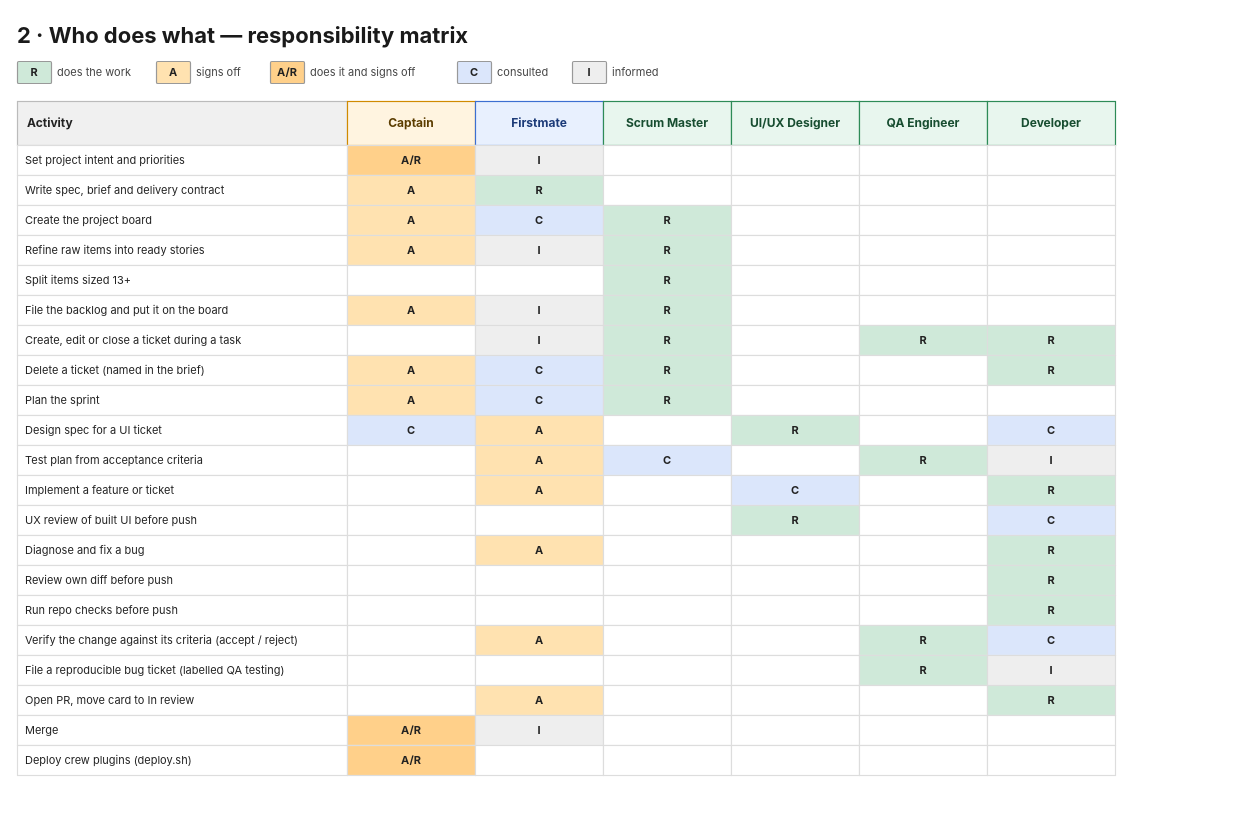
shulginilya/ai_agency_plugins keeps this draw.io diagram as page "2 · Responsibility matrix" (2 of 3) of docs/firstmate/team.drawio. Above is the earlier version. Source tidied: cells renumbered, new cells numbered last; positions are measured from the earlier drawing's top-left corner, leaving out a move shared by most shapes. Both pictures are drawn from the tidied source at 100%, with x=0, y=0 at pixel (17, 17).
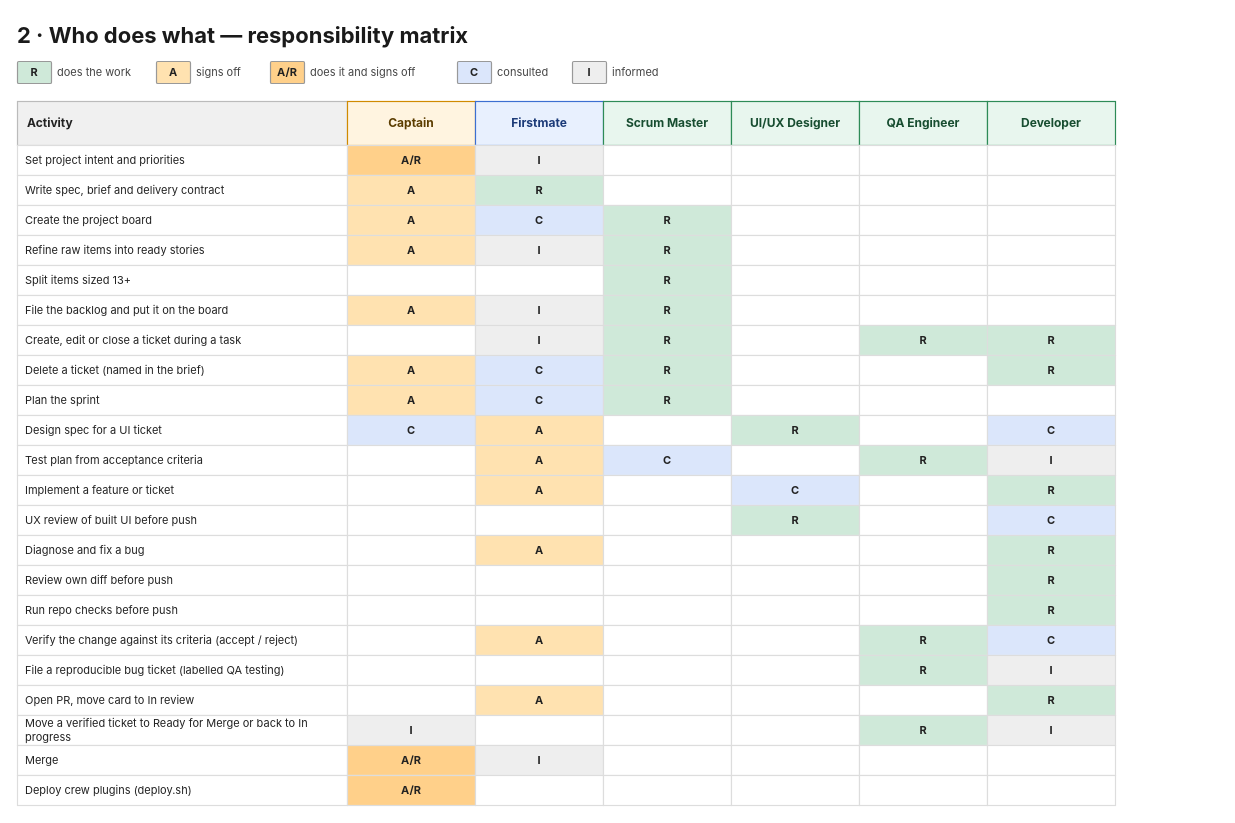
Above is the later version.

Change to the diagram source:
```diff
@@
-    <mxCell id="153" value="&lt;div style=&quot;font-size:11px;&quot;&gt;Merge&lt;/div&gt;" style="rounded=0;arcSize=6;whiteSpace=wrap;html=1;fillColor=#ffffff;strokeColor=#dddddd;fontColor=#222222;strokeWidth=1.2;align=left;verticalAlign=middle;spacing=8;fontFamily=Inter;" parent="1" vertex="1">
+    <mxCell id="153" value="&lt;div style=&quot;font-size:11px;&quot;&gt;Move a verified ticket to Ready for Merge or back to In progress&lt;/div&gt;" style="rounded=0;arcSize=6;whiteSpace=wrap;html=1;fillColor=#ffffff;strokeColor=#dddddd;fontColor=#222222;strokeWidth=1.2;align=left;verticalAlign=middle;spacing=8;fontFamily=Inter;" parent="1" vertex="1">
       <mxGeometry y="698" width="330" height="30" as="geometry" />
     </mxCell>
-    <mxCell id="154" value="&lt;div style=&quot;font-size:11px;&quot;&gt;&lt;b&gt;A/R&lt;/b&gt;&lt;/div&gt;" style="rounded=0;arcSize=6;whiteSpace=wrap;html=1;fillColor=#ffd08a;strokeColor=#dddddd;fontColor=#222222;strokeWidth=1.2;align=center;verticalAlign=middle;spacing=2;fontFamily=Inter;" parent="1" vertex="1">
+    <mxCell id="154" value="&lt;div style=&quot;font-size:11px;&quot;&gt;&lt;b&gt;I&lt;/b&gt;&lt;/div&gt;" style="rounded=0;arcSize=6;whiteSpace=wrap;html=1;fillColor=#eeeeee;strokeColor=#dddddd;fontColor=#222222;strokeWidth=1.2;align=center;verticalAlign=middle;spacing=2;fontFamily=Inter;" parent="1" vertex="1">
       <mxGeometry x="330" y="698" width="128" height="30" as="geometry" />
     </mxCell>
-    <mxCell id="155" value="&lt;div style=&quot;font-size:11px;&quot;&gt;&lt;b&gt;I&lt;/b&gt;&lt;/div&gt;" style="rounded=0;arcSize=6;whiteSpace=wrap;html=1;fillColor=#eeeeee;strokeColor=#dddddd;fontColor=#222222;strokeWidth=1.2;align=center;verticalAlign=middle;spacing=2;fontFamily=Inter;" parent="1" vertex="1">
+    <mxCell id="155" value="&lt;div style=&quot;font-size:11px;&quot;&gt;&lt;/div&gt;" style="rounded=0;arcSize=6;whiteSpace=wrap;html=1;fillColor=#ffffff;strokeColor=#dddddd;fontColor=#222222;strokeWidth=1.2;align=center;verticalAlign=middle;spacing=2;fontFamily=Inter;" parent="1" vertex="1">
       <mxGeometry x="458" y="698" width="128" height="30" as="geometry" />
     </mxCell>
@@
-    <mxCell id="158" value="&lt;div style=&quot;font-size:11px;&quot;&gt;&lt;/div&gt;" style="rounded=0;arcSize=6;whiteSpace=wrap;html=1;fillColor=#ffffff;strokeColor=#dddddd;fontColor=#222222;strokeWidth=1.2;align=center;verticalAlign=middle;spacing=2;fontFamily=Inter;" parent="1" vertex="1">
+    <mxCell id="158" value="&lt;div style=&quot;font-size:11px;&quot;&gt;&lt;b&gt;R&lt;/b&gt;&lt;/div&gt;" style="rounded=0;arcSize=6;whiteSpace=wrap;html=1;fillColor=#cfe9d9;strokeColor=#dddddd;fontColor=#222222;strokeWidth=1.2;align=center;verticalAlign=middle;spacing=2;fontFamily=Inter;" parent="1" vertex="1">
       <mxGeometry x="842" y="698" width="128" height="30" as="geometry" />
     </mxCell>
-    <mxCell id="159" value="&lt;div style=&quot;font-size:11px;&quot;&gt;&lt;/div&gt;" style="rounded=0;arcSize=6;whiteSpace=wrap;html=1;fillColor=#ffffff;strokeColor=#dddddd;fontColor=#222222;strokeWidth=1.2;align=center;verticalAlign=middle;spacing=2;fontFamily=Inter;" parent="1" vertex="1">
+    <mxCell id="159" value="&lt;div style=&quot;font-size:11px;&quot;&gt;&lt;b&gt;I&lt;/b&gt;&lt;/div&gt;" style="rounded=0;arcSize=6;whiteSpace=wrap;html=1;fillColor=#eeeeee;strokeColor=#dddddd;fontColor=#222222;strokeWidth=1.2;align=center;verticalAlign=middle;spacing=2;fontFamily=Inter;" parent="1" vertex="1">
       <mxGeometry x="970" y="698" width="128" height="30" as="geometry" />
     </mxCell>
-    <mxCell id="160" value="&lt;div style=&quot;font-size:11px;&quot;&gt;Deploy crew plugins (deploy.sh)&lt;/div&gt;" style="rounded=0;arcSize=6;whiteSpace=wrap;html=1;fillColor=#ffffff;strokeColor=#dddddd;fontColor=#222222;strokeWidth=1.2;align=left;verticalAlign=middle;spacing=8;fontFamily=Inter;" parent="1" vertex="1">
+    <mxCell id="160" value="&lt;div style=&quot;font-size:11px;&quot;&gt;Merge&lt;/div&gt;" style="rounded=0;arcSize=6;whiteSpace=wrap;html=1;fillColor=#ffffff;strokeColor=#dddddd;fontColor=#222222;strokeWidth=1.2;align=left;verticalAlign=middle;spacing=8;fontFamily=Inter;" parent="1" vertex="1">
       <mxGeometry y="728" width="330" height="30" as="geometry" />
     </mxCell>
@@
-    <mxCell id="162" value="&lt;div style=&quot;font-size:11px;&quot;&gt;&lt;/div&gt;" style="rounded=0;arcSize=6;whiteSpace=wrap;html=1;fillColor=#ffffff;strokeColor=#dddddd;fontColor=#222222;strokeWidth=1.2;align=center;verticalAlign=middle;spacing=2;fontFamily=Inter;" parent="1" vertex="1">
+    <mxCell id="162" value="&lt;div style=&quot;font-size:11px;&quot;&gt;&lt;b&gt;I&lt;/b&gt;&lt;/div&gt;" style="rounded=0;arcSize=6;whiteSpace=wrap;html=1;fillColor=#eeeeee;strokeColor=#dddddd;fontColor=#222222;strokeWidth=1.2;align=center;verticalAlign=middle;spacing=2;fontFamily=Inter;" parent="1" vertex="1">
       <mxGeometry x="458" y="728" width="128" height="30" as="geometry" />
     </mxCell>
@@
+    <mxCell id="167" value="&lt;div style=&quot;font-size:11px;&quot;&gt;Deploy crew plugins (deploy.sh)&lt;/div&gt;" style="rounded=0;arcSize=6;whiteSpace=wrap;html=1;fillColor=#ffffff;strokeColor=#dddddd;fontColor=#222222;strokeWidth=1.2;align=left;verticalAlign=middle;spacing=8;fontFamily=Inter;" parent="1" vertex="1">
+      <mxGeometry y="758" width="330" height="30" as="geometry" />
+    </mxCell>
+    <mxCell id="168" value="&lt;div style=&quot;font-size:11px;&quot;&gt;&lt;b&gt;A/R&lt;/b&gt;&lt;/div&gt;" style="rounded=0;arcSize=6;whiteSpace=wrap;html=1;fillColor=#ffd08a;strokeColor=#dddddd;fontColor=#222222;strokeWidth=1.2;align=center;verticalAlign=middle;spacing=2;fontFamily=Inter;" parent="1" vertex="1">
+      <mxGeometry x="330" y="758" width="128" height="30" as="geometry" />
+    </mxCell>
+    <mxCell id="169" value="&lt;div style=&quot;font-size:11px;&quot;&gt;&lt;/div&gt;" style="rounded=0;arcSize=6;whiteSpace=wrap;html=1;fillColor=#ffffff;strokeColor=#dddddd;fontColor=#222222;strokeWidth=1.2;align=center;verticalAlign=middle;spacing=2;fontFamily=Inter;" parent="1" vertex="1">
+      <mxGeometry x="458" y="758" width="128" height="30" as="geometry" />
+    </mxCell>
+    <mxCell id="170" value="&lt;div style=&quot;font-size:11px;&quot;&gt;&lt;/div&gt;" style="rounded=0;arcSize=6;whiteSpace=wrap;html=1;fillColor=#ffffff;strokeColor=#dddddd;fontColor=#222222;strokeWidth=1.2;align=center;verticalAlign=middle;spacing=2;fontFamily=Inter;" parent="1" vertex="1">
+      <mxGeometry x="586" y="758" width="128" height="30" as="geometry" />
+    </mxCell>
+    <mxCell id="171" value="&lt;div style=&quot;font-size:11px;&quot;&gt;&lt;/div&gt;" style="rounded=0;arcSize=6;whiteSpace=wrap;html=1;fillColor=#ffffff;strokeColor=#dddddd;fontColor=#222222;strokeWidth=1.2;align=center;verticalAlign=middle;spacing=2;fontFamily=Inter;" parent="1" vertex="1">
+      <mxGeometry x="714" y="758" width="128" height="30" as="geometry" />
+    </mxCell>
+    <mxCell id="172" value="&lt;div style=&quot;font-size:11px;&quot;&gt;&lt;/div&gt;" style="rounded=0;arcSize=6;whiteSpace=wrap;html=1;fillColor=#ffffff;strokeColor=#dddddd;fontColor=#222222;strokeWidth=1.2;align=center;verticalAlign=middle;spacing=2;fontFamily=Inter;" parent="1" vertex="1">
+      <mxGeometry x="842" y="758" width="128" height="30" as="geometry" />
+    </mxCell>
+    <mxCell id="173" value="&lt;div style=&quot;font-size:11px;&quot;&gt;&lt;/div&gt;" style="rounded=0;arcSize=6;whiteSpace=wrap;html=1;fillColor=#ffffff;strokeColor=#dddddd;fontColor=#222222;strokeWidth=1.2;align=center;verticalAlign=middle;spacing=2;fontFamily=Inter;" parent="1" vertex="1">
+      <mxGeometry x="970" y="758" width="128" height="30" as="geometry" />
+    </mxCell>
```
